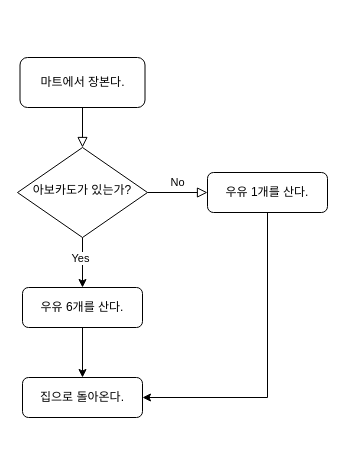
Biewoom/biewoom.github.io keeps this draw.io diagram as Untitled Diagram.drawio. Above is the earlier version. Source tidied: cells renumbered, new cells numbered last; positions are measured from the earlier drawing's top-left corner, leaving out a move shared by most shapes. Both pictures are drawn from the tidied source at 100%, with x=0, y=0 at pixel (17, 57).
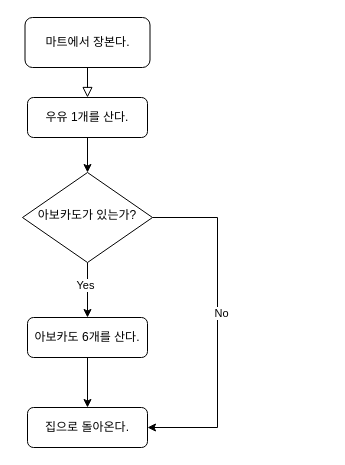
Above is the later version.

What changed in the source:
```diff
@@
 <mxGraphModel>
   <root>
     <mxCell id="0" />
     <mxCell id="1" parent="0" />
-    <mxCell id="2" style="rounded=0;html=1;jettySize=auto;fontSize=11;endArrow=block;endFill=0;endSize=8;strokeWidth=1;shadow=0;labelBackgroundColor=none;edgeStyle=orthogonalEdgeStyle;" parent="1" edge="1" source="3" target="7">
+    <mxCell id="2" style="rounded=0;html=1;jettySize=auto;fontSize=11;endArrow=block;endFill=0;endSize=8;strokeWidth=1;shadow=0;labelBackgroundColor=none;edgeStyle=orthogonalEdgeStyle;entryX=0.5;entryY=0;entryDx=0;entryDy=0;" parent="1" edge="1" source="3" target="9">
       <mxGeometry relative="1" as="geometry" />
     </mxCell>
     <mxCell id="3" value="마트에서 장본다." style="rounded=1;whiteSpace=wrap;html=1;fontSize=12;glass=0;strokeWidth=1;shadow=0;" parent="1" vertex="1">
-      <mxGeometry x="2.5" width="125" height="50" as="geometry" />
+      <mxGeometry x="7.5" y="-40" width="125" height="50" as="geometry" />
     </mxCell>
-    <mxCell id="4" value="No" style="edgeStyle=orthogonalEdgeStyle;rounded=0;html=1;jettySize=auto;fontSize=11;endArrow=block;endFill=0;endSize=8;strokeWidth=1;shadow=0;labelBackgroundColor=none;" parent="1" edge="1" source="7" target="9">
-      <mxGeometry y="10" relative="1" as="geometry" />
-    </mxCell>
     <mxCell id="5" style="edgeStyle=orthogonalEdgeStyle;rounded=0;jettySize=auto;html=1;entryX=0.5;entryY=0;entryDx=0;entryDy=0;" parent="1" edge="1" source="7" target="11">
       <mxGeometry relative="1" as="geometry" />
     </mxCell>
     <mxCell id="6" value="Yes" style="edgeLabel;html=1;align=center;verticalAlign=middle;" parent="5" vertex="1">
       <mxGeometry x="-0.21" y="-3" relative="1" as="geometry" />
     </mxCell>
+    <mxCell id="13" style="edgeStyle=orthogonalEdgeStyle;rounded=0;jettySize=auto;html=1;entryX=1;entryY=0.5;entryDx=0;entryDy=0;" parent="1" edge="1" source="7" target="12">
+      <mxGeometry relative="1" as="geometry">
+        <Array as="points">
+          <mxPoint x="200" y="160" />
+          <mxPoint x="200" y="370" />
+        </Array>
+      </mxGeometry>
+    </mxCell>
+    <mxCell id="4" value="No" style="edgeLabel;html=1;align=center;verticalAlign=middle;" parent="13" vertex="1">
+      <mxGeometry x="-0.08" y="3" relative="1" as="geometry">
+        <mxPoint y="1" as="offset" />
+      </mxGeometry>
+    </mxCell>
     <mxCell id="7" value="아보카도가 있는가?" style="rhombus;whiteSpace=wrap;html=1;shadow=0;fontFamily=Helvetica;fontSize=12;align=center;strokeWidth=1;spacing=6;spacingTop=-4;" parent="1" vertex="1">
-      <mxGeometry y="90" width="130" height="90" as="geometry" />
+      <mxGeometry x="5" y="115" width="130" height="90" as="geometry" />
     </mxCell>
-    <mxCell id="8" style="edgeStyle=orthogonalEdgeStyle;rounded=0;jettySize=auto;html=1;entryX=1;entryY=0.5;entryDx=0;entryDy=0;" parent="1" edge="1" source="9" target="12">
-      <mxGeometry relative="1" as="geometry">
-        <Array as="points">
-          <mxPoint x="250" y="340" />
-        </Array>
-      </mxGeometry>
-    </mxCell>
+    <mxCell id="14" style="edgeStyle=orthogonalEdgeStyle;rounded=0;jettySize=auto;html=1;entryX=0.5;entryY=0;entryDx=0;entryDy=0;" parent="1" edge="1" source="9" target="7">
+      <mxGeometry relative="1" as="geometry" />
+    </mxCell>
     <mxCell id="9" value="우유 1개를 산다." style="rounded=1;whiteSpace=wrap;html=1;fontSize=12;glass=0;strokeWidth=1;shadow=0;" parent="1" vertex="1">
-      <mxGeometry x="190" y="115" width="120" height="40" as="geometry" />
+      <mxGeometry x="10" y="40" width="120" height="40" as="geometry" />
     </mxCell>
     <mxCell id="10" style="edgeStyle=orthogonalEdgeStyle;rounded=0;jettySize=auto;html=1;" parent="1" edge="1" source="11" target="12">
       <mxGeometry relative="1" as="geometry" />
     </mxCell>
-    <mxCell id="11" value="우유 6개를 산다." style="rounded=1;whiteSpace=wrap;html=1;fontSize=12;glass=0;strokeWidth=1;shadow=0;" parent="1" vertex="1">
-      <mxGeometry x="5" y="230" width="120" height="40" as="geometry" />
+    <mxCell id="11" value="아보카도 6개를 산다." style="rounded=1;whiteSpace=wrap;html=1;fontSize=12;glass=0;strokeWidth=1;shadow=0;" parent="1" vertex="1">
+      <mxGeometry x="10" y="260" width="120" height="40" as="geometry" />
     </mxCell>
     <mxCell id="12" value="집으로 돌아온다." style="rounded=1;whiteSpace=wrap;html=1;fontSize=12;glass=0;strokeWidth=1;shadow=0;" parent="1" vertex="1">
-      <mxGeometry x="5" y="320" width="120" height="40" as="geometry" />
+      <mxGeometry x="10" y="350" width="120" height="40" as="geometry" />
     </mxCell>
   </root>
 </mxGraphModel>
```
